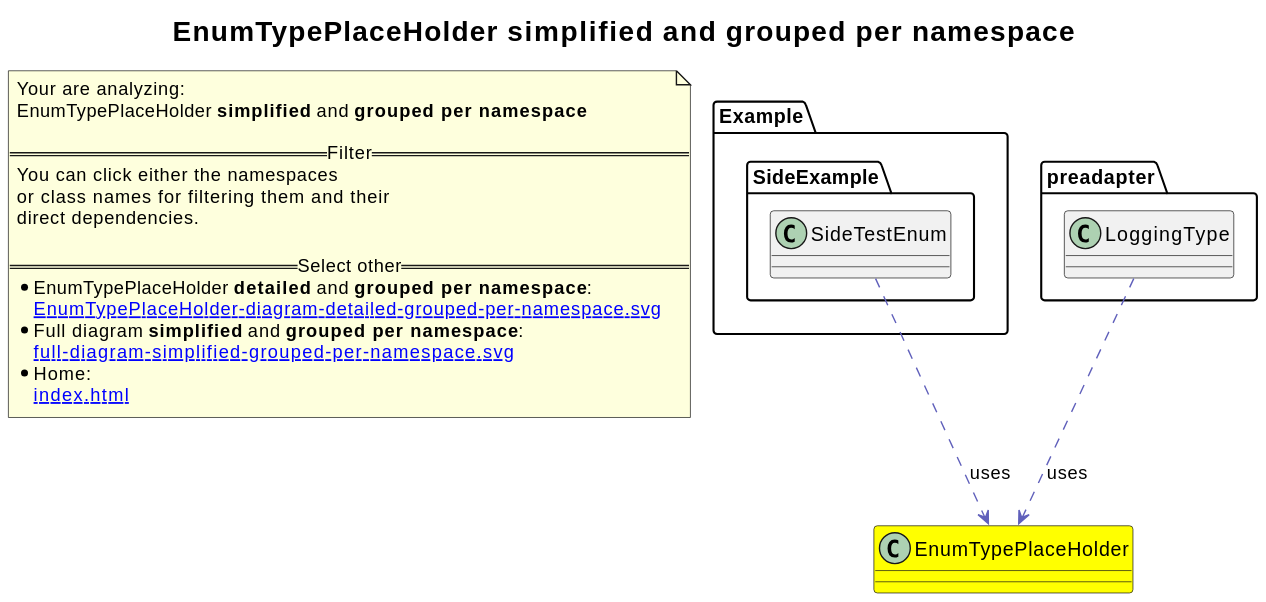
Above: revenger-java-adapter.out/EnumTypePlaceHolder-diagram-simplified-grouped-per-namespace.svg in 2BlackCoffees/revenger (PlantUML), before the change. The source it was exported from:
```plantuml
@startuml
title <size:20>EnumTypePlaceHolder **simplified** and **grouped per namespace**</size>
note "Your are analyzing:\nEnumTypePlaceHolder **simplified** and **grouped per namespace**\n\n==Filter==\nYou can click either the namespaces \nor class names for filtering them and their\ndirect dependencies.\n\n==Select other==\n* EnumTypePlaceHolder **detailed** and **grouped per namespace**:\n   [[EnumTypePlaceHolder-diagram-detailed-grouped-per-namespace.svg]]\n* Full diagram **simplified** and **grouped per namespace**:\n   [[full-diagram-simplified-grouped-per-namespace.svg]]\n* Home:\n   [[index.html]]" as FloatingNote
class EnumTypePlaceHolder [[EnumTypePlaceHolder-diagram-simplified-grouped-per-namespace.svg]] #yellow {
}
namespace Example [[Example-diagram-simplified-grouped-per-namespace.svg]] {
namespace Example.SideExample [[Example.SideExample-diagram-simplified-grouped-per-namespace.svg]] {
  class Example.SideExample.SideTestEnum [[Example.SideExample.SideTestEnum-diagram-simplified-grouped-per-namespace.svg]]  {
  }
}
}
namespace preadapter [[preadapter-diagram-simplified-grouped-per-namespace.svg]] {
class preadapter.LoggingType [[preadapter.LoggingType-diagram-simplified-grouped-per-namespace.svg]]  {
}
}
Example.SideExample.SideTestEnum .[#6060BB].> EnumTypePlaceHolder  : uses
preadapter.LoggingType .[#6060BB].> EnumTypePlaceHolder  : uses
@enduml
```
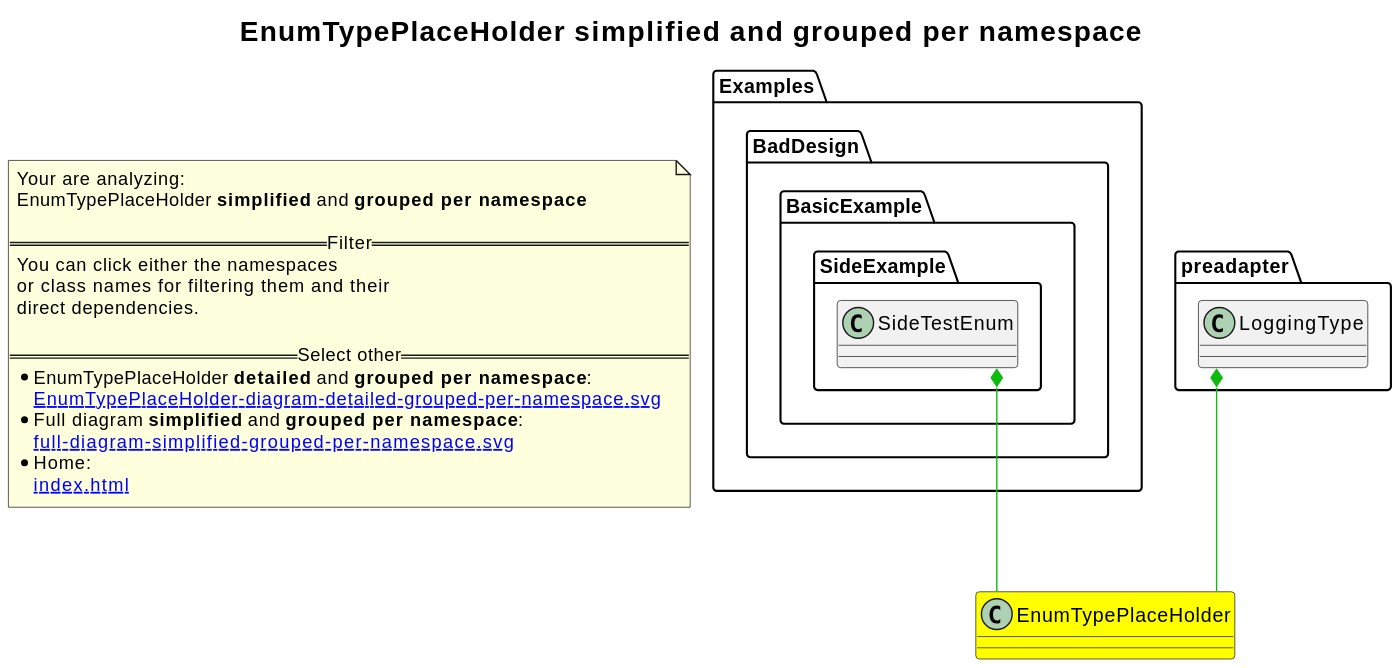
The same file after the commit.

Diff of the diagram source:
```diff
@@ -1,18 +1,23 @@
 @startuml
+skinparam linetype ortho
 title <size:20>EnumTypePlaceHolder **simplified** and **grouped per namespace**</size>
 note "Your are analyzing:\nEnumTypePlaceHolder **simplified** and **grouped per namespace**\n\n==Filter==\nYou can click either the namespaces \nor class names for filtering them and their\ndirect dependencies.\n\n==Select other==\n* EnumTypePlaceHolder **detailed** and **grouped per namespace**:\n   [[EnumTypePlaceHolder-diagram-detailed-grouped-per-namespace.svg]]\n* Full diagram **simplified** and **grouped per namespace**:\n   [[full-diagram-simplified-grouped-per-namespace.svg]]\n* Home:\n   [[index.html]]" as FloatingNote
 class EnumTypePlaceHolder [[EnumTypePlaceHolder-diagram-simplified-grouped-per-namespace.svg]] #yellow {
 }
-namespace Example [[Example-diagram-simplified-grouped-per-namespace.svg]] {
-namespace Example.SideExample [[Example.SideExample-diagram-simplified-grouped-per-namespace.svg]] {
-  class Example.SideExample.SideTestEnum [[Example.SideExample.SideTestEnum-diagram-simplified-grouped-per-namespace.svg]]  {
-  }
+namespace Examples [[Examples-diagram-simplified-grouped-per-namespace.svg]] {
+namespace Examples.BadDesign [[Examples.BadDesign-diagram-simplified-grouped-per-namespace.svg]] {
+namespace Examples.BadDesign.BasicExample [[Examples.BadDesign.BasicExample-diagram-simplified-grouped-per-namespace.svg]] {
+namespace Examples.BadDesign.BasicExample.SideExample [[Examples.BadDesign.BasicExample.SideExample-diagram-simplified-grouped-per-namespace.svg]] {
+      class Examples.BadDesign.BasicExample.SideExample.SideTestEnum [[Examples.BadDesign.BasicExample.SideExample.SideTestEnum-diagram-simplified-grouped-per-namespace.svg]]  {
+      }
+}
+}
 }
 }
 namespace preadapter [[preadapter-diagram-simplified-grouped-per-namespace.svg]] {
 class preadapter.LoggingType [[preadapter.LoggingType-diagram-simplified-grouped-per-namespace.svg]]  {
 }
 }
-Example.SideExample.SideTestEnum .[#6060BB].> EnumTypePlaceHolder  : uses
-preadapter.LoggingType .[#6060BB].> EnumTypePlaceHolder  : uses
+Examples.BadDesign.BasicExample.SideExample.SideTestEnum *-[#10BB10]- EnumTypePlaceHolder
+preadapter.LoggingType *-[#10BB10]- EnumTypePlaceHolder
 @enduml
```
